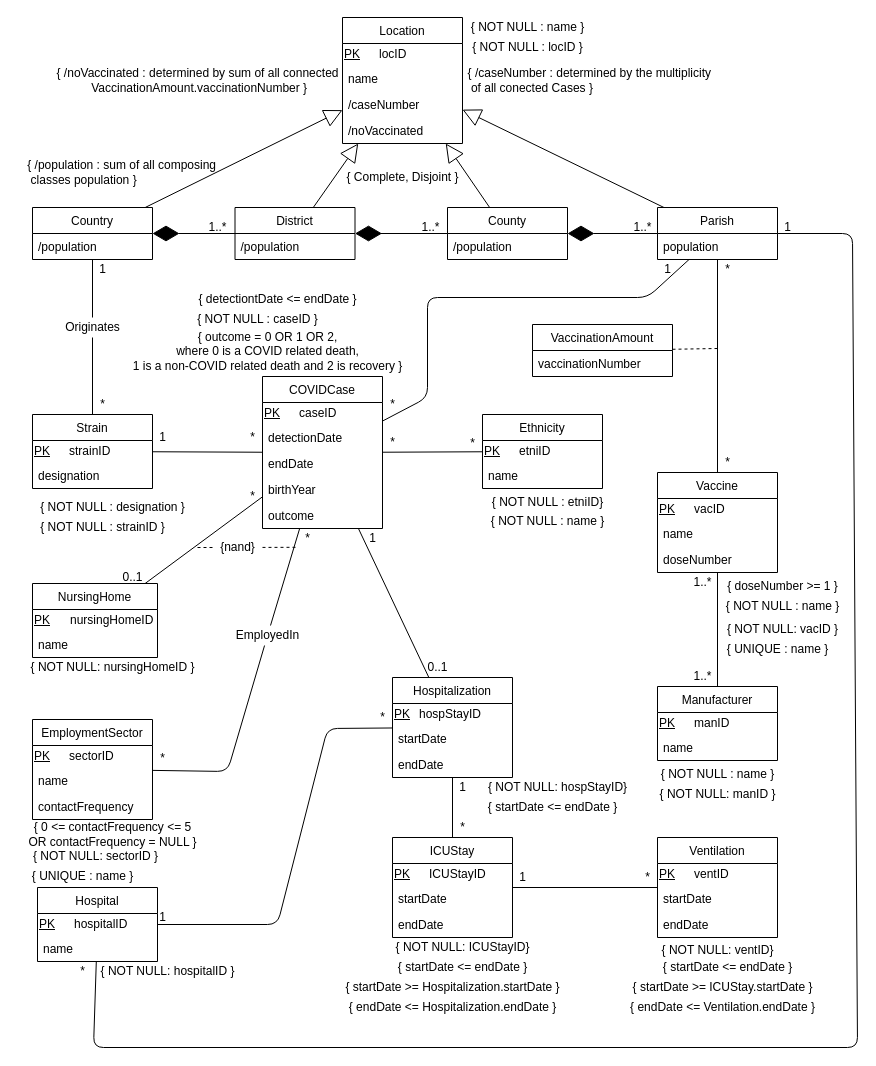
This is proj.drawio from DreFlo/bdad-proj, a draw.io file, before an edit. Source tidied: cells renumbered, new cells numbered last; positions are measured from the earlier drawing's top-left corner, leaving out a move shared by most shapes. Both pictures are drawn from the tidied source at 100%, with x=0, y=0 at pixel (17, 17).
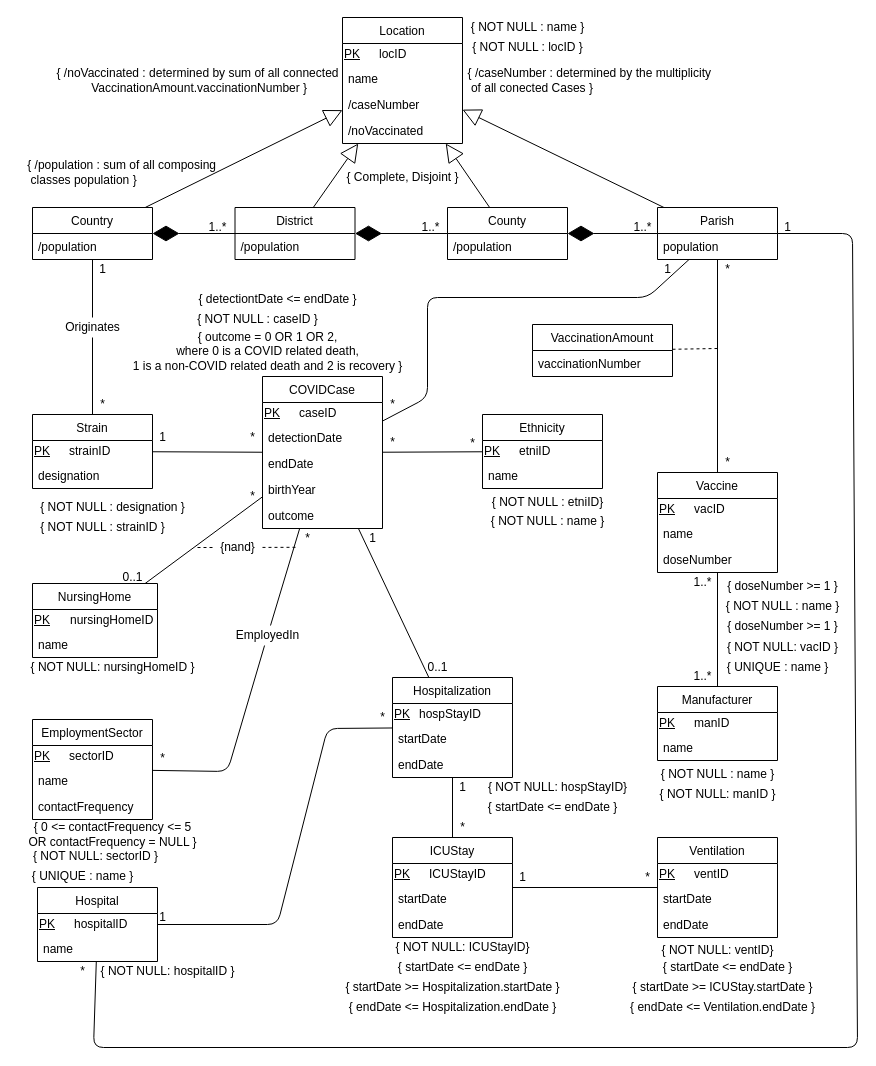
Above is the later version.

The edit, as a diff of the source:
```diff
@@
     <mxCell id="172" value="{ NOT NULL: vacID }" style="text;html=1;align=center;verticalAlign=middle;" parent="1" vertex="1">
-      <mxGeometry x="700" y="602" width="130" height="20" as="geometry" />
+      <mxGeometry x="700" y="620" width="130" height="20" as="geometry" />
     </mxCell>
@@
     <mxCell id="184" value="{ UNIQUE : name }" style="text;html=1;align=center;verticalAlign=middle;" parent="1" vertex="1">
-      <mxGeometry x="700" y="622" width="120" height="20" as="geometry" />
+      <mxGeometry x="700" y="640" width="120" height="20" as="geometry" />
     </mxCell>
+    <mxCell id="185" value="{ doseNumber &amp;gt;= 1 }" style="text;html=1;align=center;verticalAlign=middle;" parent="1" vertex="1">
+      <mxGeometry x="705" y="599" width="120" height="20" as="geometry" />
+    </mxCell>
```
